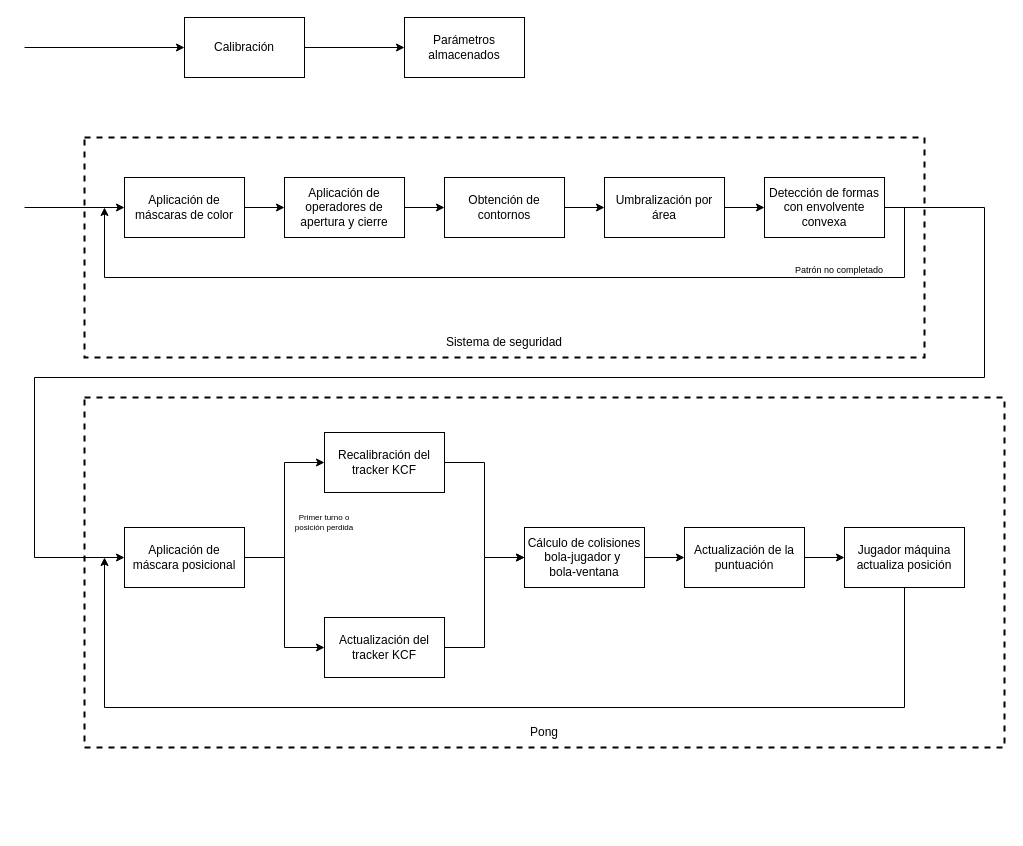
Earlier version of the draw.io diagram DiagramaBloquesCVI.drawio (prialgon/Proyecto_Final_CVI). Source tidied: cells renumbered, new cells numbered last; positions are measured from the earlier drawing's top-left corner, leaving out a move shared by most shapes. Both pictures are drawn from the tidied source at 100%, with x=0, y=0 at pixel (24, 17).
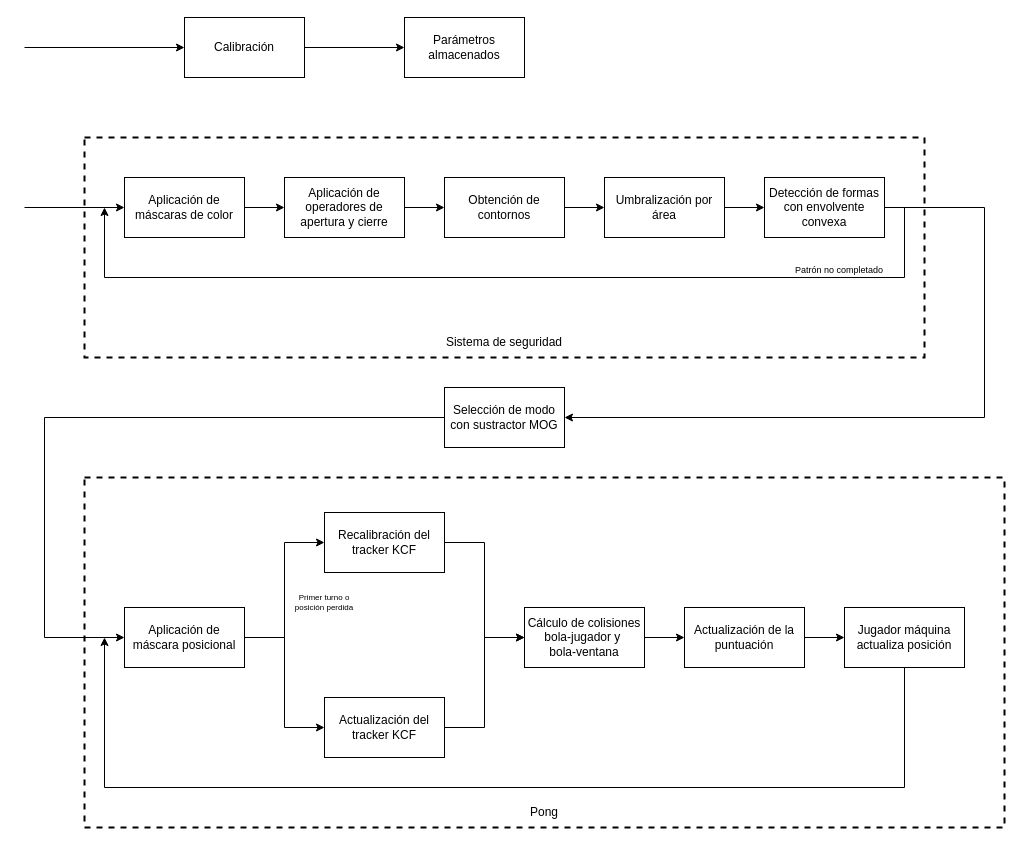
The same page after the edit.

The change refers to these unchanged cells:
```xml
<mxCell id="15" value="Detección de formas con envolvente convexa" style="rounded=0;whiteSpace=wrap;html=1;" parent="1" vertex="1">
  <mxGeometry x="740" y="160" width="120" height="60" as="geometry" />
</mxCell>
```

The edit, as a diff of the source:
```diff
@@
     <mxCell id="4" style="rounded=0;whiteSpace=wrap;html=1;fillColor=none;dashed=1;strokeWidth=2;" parent="1" vertex="1">
-      <mxGeometry x="60" y="380" width="920" height="350" as="geometry" />
+      <mxGeometry x="60" y="460" width="920" height="350" as="geometry" />
     </mxCell>
@@
-    <mxCell id="14" style="edgeStyle=orthogonalEdgeStyle;rounded=0;jettySize=auto;html=1;entryX=0;entryY=0.5;entryDx=0;entryDy=0;" parent="1" edge="1" source="15" target="19">
-      <mxGeometry relative="1" as="geometry">
-        <Array as="points">
-          <mxPoint x="960" y="190" />
-          <mxPoint x="960" y="360" />
-          <mxPoint x="10" y="360" />
-          <mxPoint x="10" y="540" />
-        </Array>
-      </mxGeometry>
-    </mxCell>
+    <mxCell id="37" style="edgeStyle=orthogonalEdgeStyle;rounded=0;jettySize=auto;html=1;entryX=1;entryY=0.5;entryDx=0;entryDy=0;" parent="1" edge="1" source="15" target="39">
+      <mxGeometry relative="1" as="geometry">
+        <Array as="points">
+          <mxPoint x="960" y="190" />
+          <mxPoint x="960" y="400" />
+        </Array>
+      </mxGeometry>
+    </mxCell>
@@
     <mxCell id="19" value="Aplicación de máscara posicional" style="rounded=0;whiteSpace=wrap;html=1;" parent="1" vertex="1">
-      <mxGeometry x="100" y="510" width="120" height="60" as="geometry" />
+      <mxGeometry x="100" y="590" width="120" height="60" as="geometry" />
     </mxCell>
@@
     <mxCell id="21" value="Recalibración del tracker KCF" style="rounded=0;whiteSpace=wrap;html=1;" parent="1" vertex="1">
-      <mxGeometry x="300" y="415" width="120" height="60" as="geometry" />
+      <mxGeometry x="300" y="495" width="120" height="60" as="geometry" />
     </mxCell>
@@
     <mxCell id="23" value="Actualización del tracker KCF" style="rounded=0;whiteSpace=wrap;html=1;" parent="1" vertex="1">
-      <mxGeometry x="300" y="600" width="120" height="60" as="geometry" />
+      <mxGeometry x="300" y="680" width="120" height="60" as="geometry" />
     </mxCell>
@@
     <mxCell id="25" value="Cálculo de colisiones bola-jugador y&amp;nbsp;&lt;div&gt;bola-ventana&lt;/div&gt;" style="rounded=0;whiteSpace=wrap;html=1;" parent="1" vertex="1">
-      <mxGeometry x="500" y="510" width="120" height="60" as="geometry" />
+      <mxGeometry x="500" y="590" width="120" height="60" as="geometry" />
     </mxCell>
@@
     <mxCell id="27" value="Actualización de la puntuación" style="rounded=0;whiteSpace=wrap;html=1;" parent="1" vertex="1">
-      <mxGeometry x="660" y="510" width="120" height="60" as="geometry" />
+      <mxGeometry x="660" y="590" width="120" height="60" as="geometry" />
     </mxCell>
     <mxCell id="28" style="edgeStyle=orthogonalEdgeStyle;rounded=0;jettySize=auto;html=1;exitX=0.5;exitY=1;exitDx=0;exitDy=0;" parent="1" edge="1" source="29">
       <mxGeometry relative="1" as="geometry">
-        <mxPoint x="80" y="540" as="targetPoint" />
+        <mxPoint x="80" y="620" as="targetPoint" />
         <Array as="points">
-          <mxPoint x="880" y="690" />
-          <mxPoint x="80" y="690" />
+          <mxPoint x="880" y="770" />
+          <mxPoint x="80" y="770" />
         </Array>
       </mxGeometry>
     </mxCell>
     <mxCell id="29" value="Jugador máquina actualiza posición" style="rounded=0;whiteSpace=wrap;html=1;" parent="1" vertex="1">
-      <mxGeometry x="820" y="510" width="120" height="60" as="geometry" />
+      <mxGeometry x="820" y="590" width="120" height="60" as="geometry" />
     </mxCell>
     <mxCell id="30" value="&lt;font&gt;Primer turno o posición perdida&lt;/font&gt;" style="text;html=1;whiteSpace=wrap;strokeColor=none;fillColor=none;align=center;verticalAlign=middle;rounded=0;fontSize=8;" parent="1" vertex="1">
-      <mxGeometry x="260" y="490" width="80" height="30" as="geometry" />
+      <mxGeometry x="260" y="570" width="80" height="30" as="geometry" />
     </mxCell>
@@
     <mxCell id="35" value="Pong" style="text;html=1;whiteSpace=wrap;strokeColor=none;fillColor=none;align=center;verticalAlign=middle;rounded=0;" parent="1" vertex="1">
-      <mxGeometry x="490" y="700" width="60" height="30" as="geometry" />
+      <mxGeometry x="490" y="780" width="60" height="30" as="geometry" />
     </mxCell>
@@
+    <mxCell id="38" style="edgeStyle=orthogonalEdgeStyle;rounded=0;jettySize=auto;html=1;entryX=0;entryY=0.5;entryDx=0;entryDy=0;" parent="1" edge="1" source="39" target="19">
+      <mxGeometry relative="1" as="geometry">
+        <Array as="points">
+          <mxPoint x="20" y="400" />
+          <mxPoint x="20" y="620" />
+        </Array>
+      </mxGeometry>
+    </mxCell>
+    <mxCell id="39" value="Selección de modo con sustractor MOG" style="rounded=0;whiteSpace=wrap;html=1;" parent="1" vertex="1">
+      <mxGeometry x="420" y="370" width="120" height="60" as="geometry" />
+    </mxCell>
```
